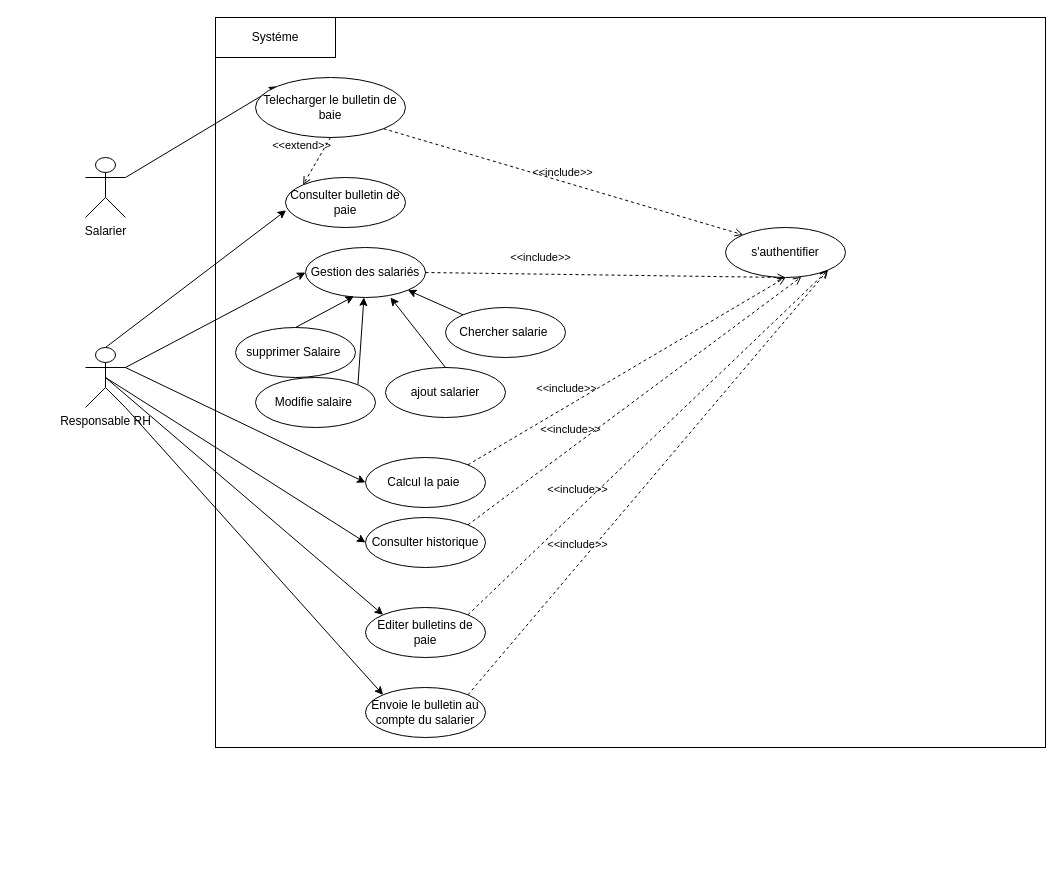
The draw.io diagram UML/paie.drawio in ngombe-internships/Gestion-paie-Frontend, before the edit. Source tidied: cells renumbered, new cells numbered last; positions are measured from the earlier drawing's top-left corner, leaving out a move shared by most shapes. Both pictures are drawn from the tidied source at 100%, with x=0, y=0 at pixel (85, 17).
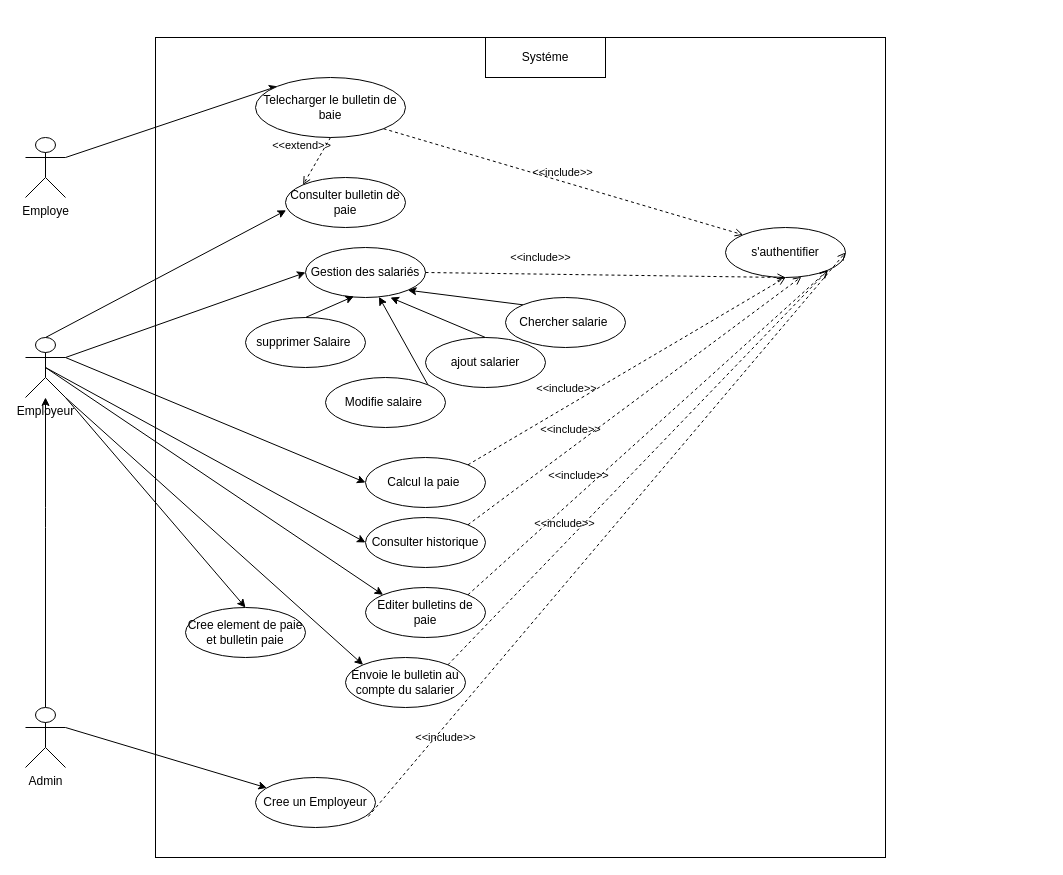
Above is the later version.

Unchanged cells that the change refers to:
```xml
<mxCell id="11" value="s'authentifier" style="ellipse;whiteSpace=wrap;html=1;" parent="1" vertex="1">
  <mxGeometry x="640" y="210" width="120" height="50" as="geometry" />
</mxCell>
```

Diff of the diagram source:
```diff
@@
     <mxCell id="2" style="rounded=0;whiteSpace=wrap;html=1;" parent="1" vertex="1">
-      <mxGeometry x="130" width="830" height="730" as="geometry" />
+      <mxGeometry x="70" y="20" width="730" height="820" as="geometry" />
     </mxCell>
@@
-    <mxCell id="4" value="Salarier" style="shape=umlActor;verticalLabelPosition=bottom;verticalAlign=top;html=1;" parent="1" vertex="1">
-      <mxGeometry y="140" width="40" height="60" as="geometry" />
+    <mxCell id="4" value="Employe" style="shape=umlActor;verticalLabelPosition=bottom;verticalAlign=top;html=1;" parent="1" vertex="1">
+      <mxGeometry x="-60" y="120" width="40" height="60" as="geometry" />
     </mxCell>
@@
+    <mxCell id="36" style="edgeStyle=none;html=1;exitX=1;exitY=1;exitDx=0;exitDy=0;exitPerimeter=0;entryX=0.5;entryY=0;entryDx=0;entryDy=0;" parent="1" edge="1" source="10" target="40">
+      <mxGeometry relative="1" as="geometry" />
+    </mxCell>
-    <mxCell id="10" value="&lt;div&gt;Responsable RH&lt;/div&gt;" style="shape=umlActor;verticalLabelPosition=bottom;verticalAlign=top;html=1;" parent="1" vertex="1">
-      <mxGeometry y="330" width="40" height="60" as="geometry" />
+    <mxCell id="10" value="&lt;div&gt;Employeur&lt;/div&gt;" style="shape=umlActor;verticalLabelPosition=bottom;verticalAlign=top;html=1;" parent="1" vertex="1">
+      <mxGeometry x="-60" y="320" width="40" height="60" as="geometry" />
     </mxCell>
@@
     <mxCell id="12" value="Systéme" style="rounded=0;whiteSpace=wrap;html=1;" parent="1" vertex="1">
-      <mxGeometry x="130" width="120" height="40" as="geometry" />
+      <mxGeometry x="400" y="20" width="120" height="40" as="geometry" />
     </mxCell>
@@
     <mxCell id="17" value="ajout salarier" style="ellipse;whiteSpace=wrap;html=1;" parent="1" vertex="1">
-      <mxGeometry x="300" y="350" width="120" height="50" as="geometry" />
+      <mxGeometry x="340" y="320" width="120" height="50" as="geometry" />
     </mxCell>
@@
     <mxCell id="19" value="Modifie salaire&amp;nbsp;" style="ellipse;whiteSpace=wrap;html=1;" parent="1" vertex="1">
-      <mxGeometry x="170" y="360" width="120" height="50" as="geometry" />
+      <mxGeometry x="240" y="360" width="120" height="50" as="geometry" />
     </mxCell>
     <mxCell id="20" value="supprimer Salaire&amp;nbsp;" style="ellipse;whiteSpace=wrap;html=1;" parent="1" vertex="1">
-      <mxGeometry x="150" y="310" width="120" height="50" as="geometry" />
+      <mxGeometry x="160" y="300" width="120" height="50" as="geometry" />
     </mxCell>
@@
     <mxCell id="22" value="Chercher salarie&amp;nbsp;" style="ellipse;whiteSpace=wrap;html=1;" parent="1" vertex="1">
-      <mxGeometry x="360" y="290" width="120" height="50" as="geometry" />
+      <mxGeometry x="420" y="280" width="120" height="50" as="geometry" />
     </mxCell>
     <mxCell id="23" value="Editer bulletins de paie" style="ellipse;whiteSpace=wrap;html=1;" parent="1" vertex="1">
-      <mxGeometry x="280" y="590" width="120" height="50" as="geometry" />
+      <mxGeometry x="280" y="570" width="120" height="50" as="geometry" />
     </mxCell>
@@
     <mxCell id="34" value="Envoie le bulletin au compte du salarier" style="ellipse;whiteSpace=wrap;html=1;" parent="1" vertex="1">
-      <mxGeometry x="280" y="670" width="120" height="50" as="geometry" />
+      <mxGeometry x="260" y="640" width="120" height="50" as="geometry" />
     </mxCell>
@@
+    <mxCell id="37" style="edgeStyle=none;html=1;exitX=0.5;exitY=0;exitDx=0;exitDy=0;exitPerimeter=0;" parent="1" edge="1" source="39" target="10">
+      <mxGeometry relative="1" as="geometry">
+        <Array as="points">
+          <mxPoint x="-40" y="500" />
+        </Array>
+      </mxGeometry>
+    </mxCell>
+    <mxCell id="38" style="edgeStyle=none;html=1;exitX=1;exitY=0.3333333333333333;exitDx=0;exitDy=0;exitPerimeter=0;" parent="1" edge="1" source="39" target="41">
+      <mxGeometry relative="1" as="geometry" />
+    </mxCell>
+    <mxCell id="39" value="Admin" style="shape=umlActor;verticalLabelPosition=bottom;verticalAlign=top;html=1;" parent="1" vertex="1">
+      <mxGeometry x="-60" y="690" width="40" height="60" as="geometry" />
+    </mxCell>
+    <mxCell id="40" value="Cree element de paie et bulletin paie" style="ellipse;whiteSpace=wrap;html=1;" parent="1" vertex="1">
+      <mxGeometry x="100" y="590" width="120" height="50" as="geometry" />
+    </mxCell>
+    <mxCell id="41" value="Cree un Employeur" style="ellipse;whiteSpace=wrap;html=1;" parent="1" vertex="1">
+      <mxGeometry x="170" y="760" width="120" height="50" as="geometry" />
+    </mxCell>
+    <mxCell id="42" value="&amp;lt;&amp;lt;include&amp;gt;&amp;gt;" style="html=1;verticalAlign=bottom;labelBackgroundColor=none;endArrow=open;endFill=0;dashed=1;exitX=0.94;exitY=0.78;exitDx=0;exitDy=0;entryX=1;entryY=0.5;entryDx=0;entryDy=0;exitPerimeter=0;" parent="1" edge="1" source="41" target="11">
+      <mxGeometry x="-0.72" y="-14" relative="1" as="geometry" />
+    </mxCell>
```
